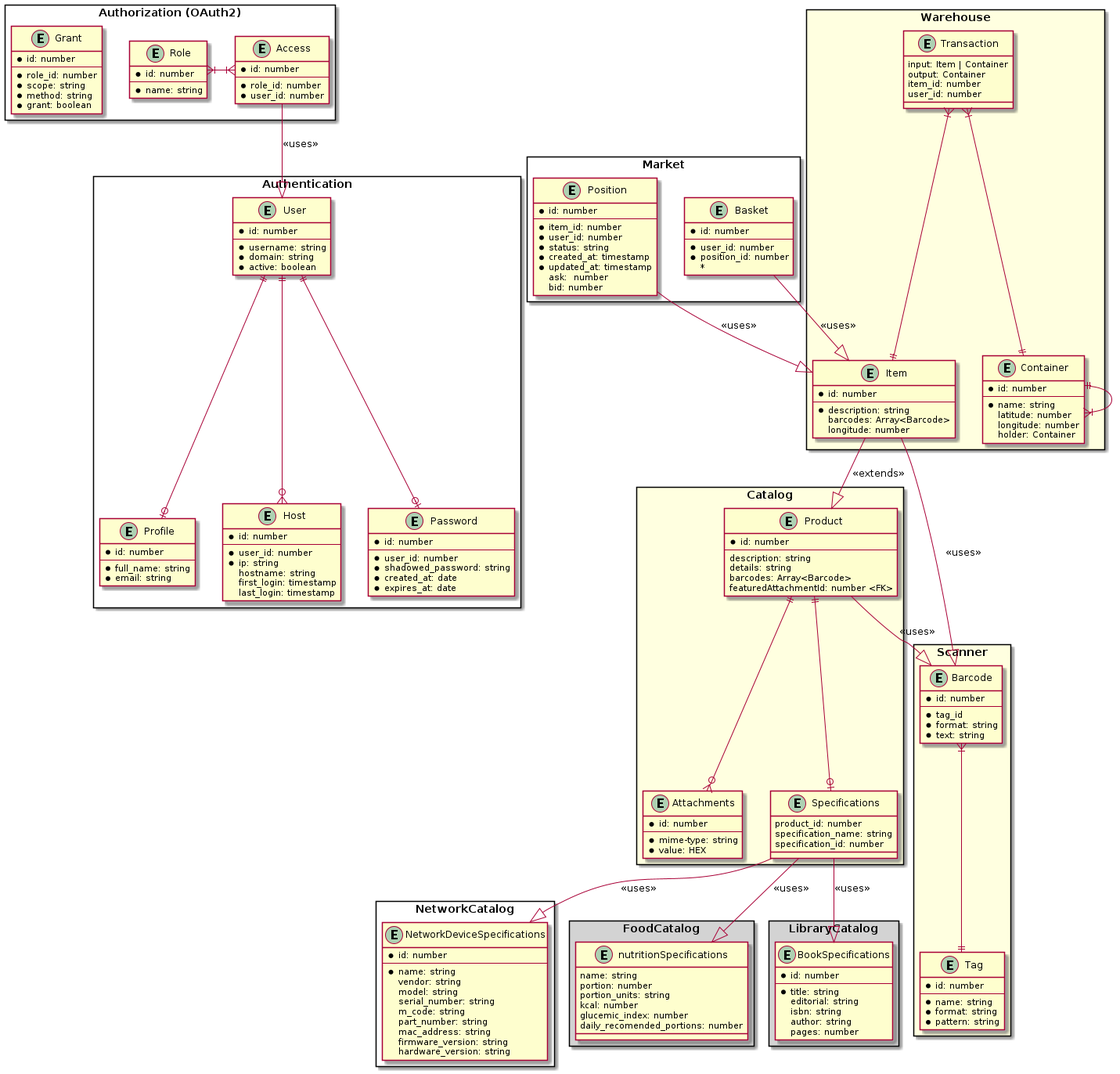
emirhg/inventarium keeps this PlantUML diagram as dev/entities.png. Above is the earlier version.
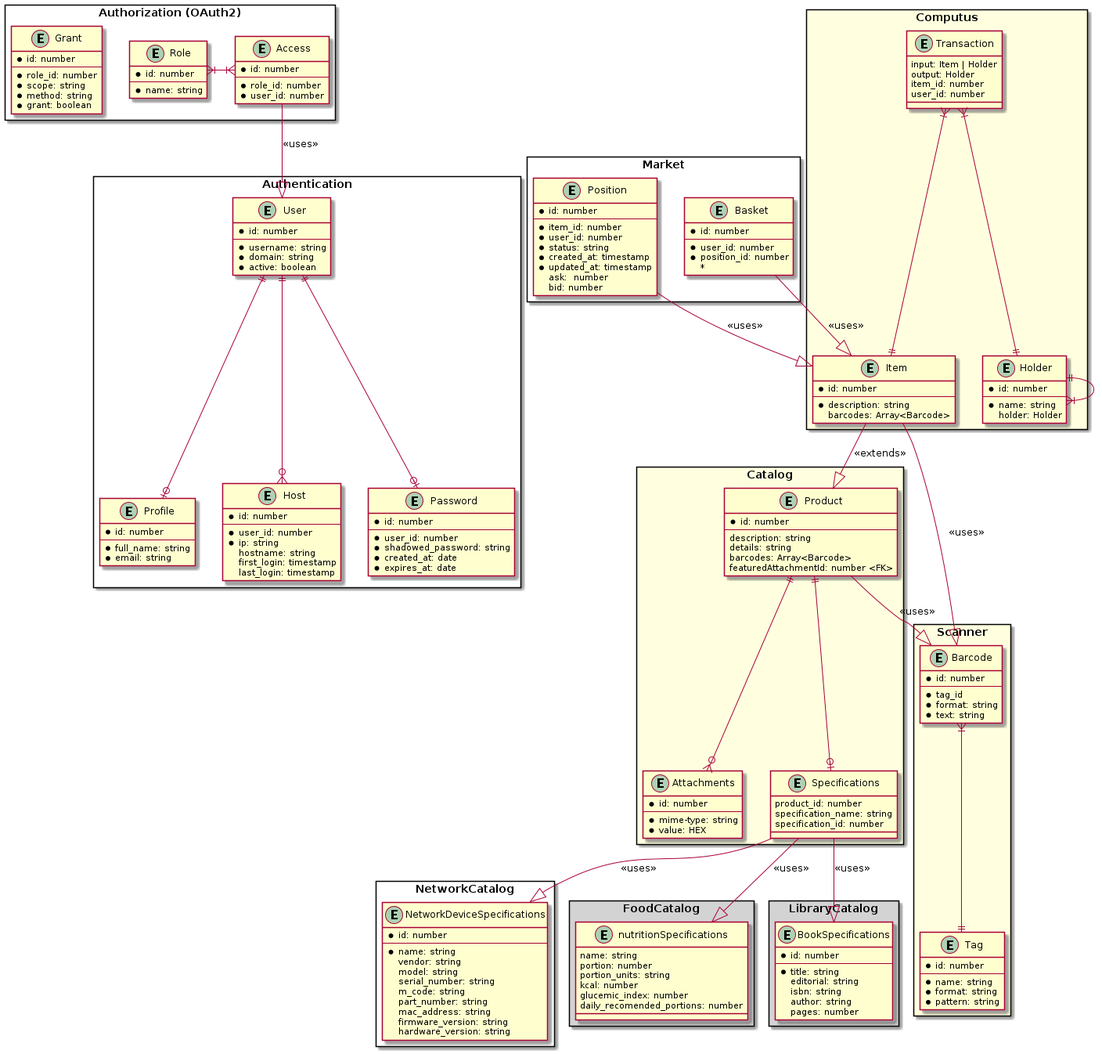
Later version of the same file.

Commit message:
chg: doc: Rename entities

Diff of the diagram source:
```diff
@@ -159,21 +159,19 @@
     specifications --|> bookSpecifications : <<uses>>
   }
 
-  rectangle Warehouse #lightyellow{
+  rectangle Computus #lightyellow{
     entity "Transaction" as transaction {
-      input: Item | Container
-      output: Container
+      input: Item | Holder
+      output: Holder
       item_id: number
       user_id: number
     }
 
-    entity "Container" as container {
+    entity "Holder" as container {
       * id: number
       --
       * name: string
-      latitude: number
-      longitude: number
-      holder: Container
+      holder: Holder
     }
 
     container ||--|{ container
@@ -183,7 +181,6 @@
       --
       * description: string
       barcodes: Array<Barcode>
-      longitude: number
     }
 
     transaction }|--|| container
```
